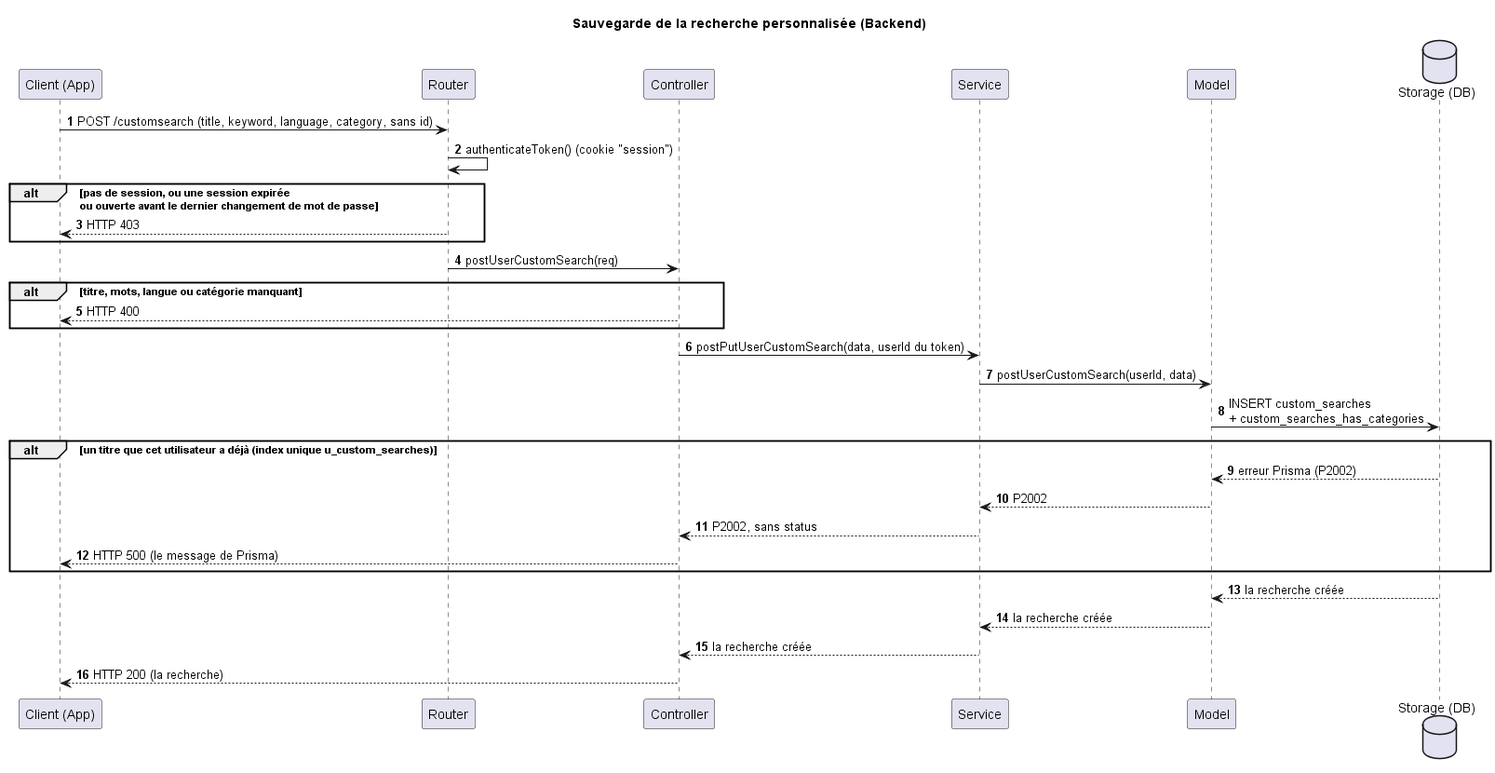
Above: docs/search/saved-searches/search-history-save-diagram.png in TPI2026-NewsGenerator/NewsGenerator-Backend (PlantUML), before the change. Its diagram source:
```plantuml
@startuml
title Sauvegarde de la recherche personnalisée (Backend)
autonumber

participant "Client (App)" as Client
participant "Router" as Router
participant "Controller" as Controller
participant "Service" as Service
participant "Model" as Model
database "Storage (DB)" as Storage

Client -> Router : POST /customsearch (title, keyword, language, category, sans id)
Router -> Router : authenticateToken() (cookie "session")
alt pas de session, ou une session expirée\nou ouverte avant le dernier changement de mot de passe
    Router --> Client : HTTP 403
end
Router -> Controller : postUserCustomSearch(req)
alt titre, mots, langue ou catégorie manquant
    Controller --> Client : HTTP 400
end
Controller -> Service : postPutUserCustomSearch(data, userId du token)
Service -> Model : postUserCustomSearch(userId, data)
Model -> Storage : INSERT custom_searches\n+ custom_searches_has_categories
alt un titre que cet utilisateur a déjà (index unique u_custom_searches)
    Storage --> Model : erreur Prisma (P2002)
    Model --> Service : P2002
    Service --> Controller : P2002, sans status
    Controller --> Client : HTTP 500 (le message de Prisma)
end
Storage --> Model : la recherche créée
Model --> Service : la recherche créée
Service --> Controller : la recherche créée
Controller --> Client : HTTP 200 (la recherche)

@enduml
```
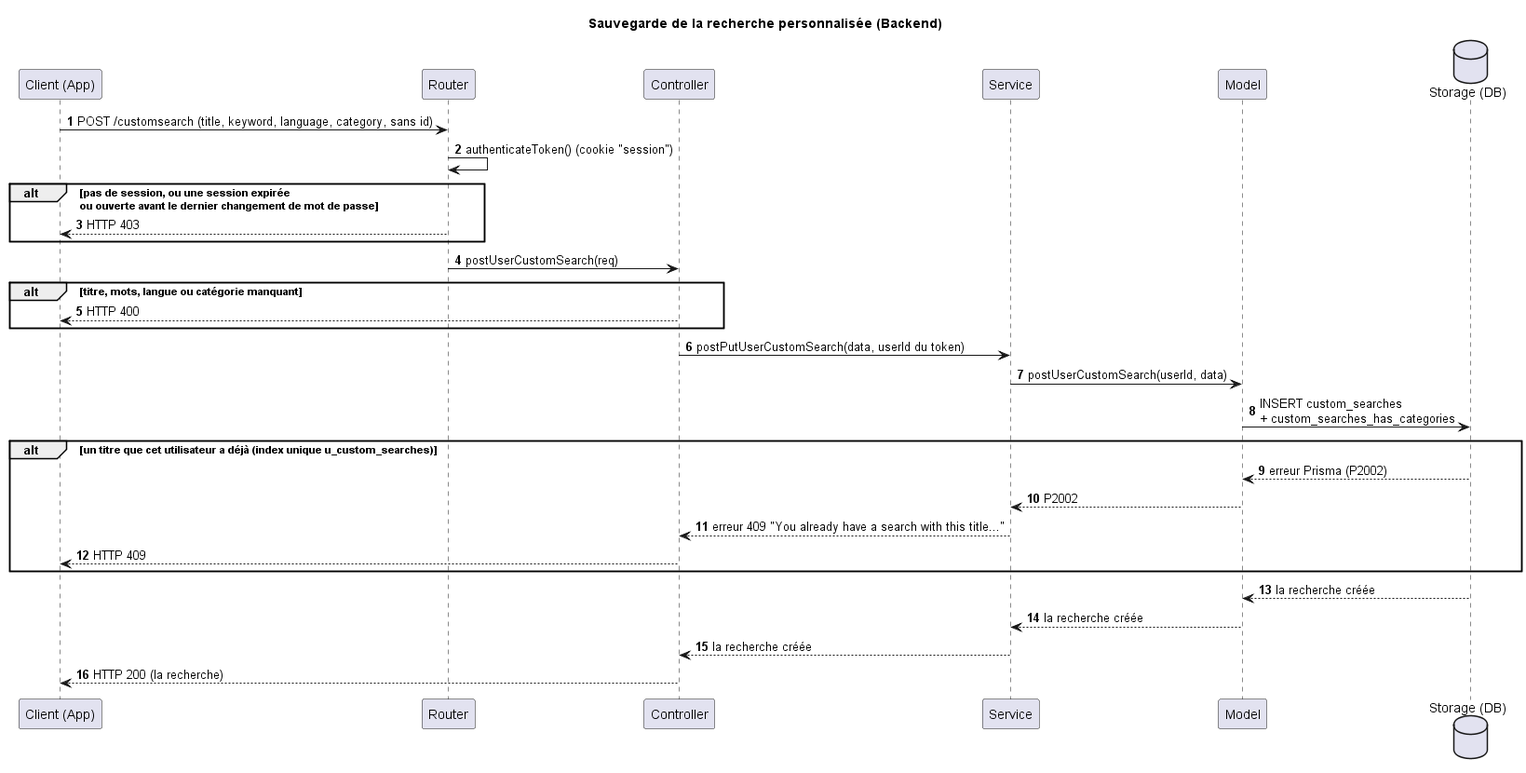
After the commit.

Diff of the diagram source:
```diff
@@ -24,8 +24,8 @@
 alt un titre que cet utilisateur a déjà (index unique u_custom_searches)
     Storage --> Model : erreur Prisma (P2002)
     Model --> Service : P2002
-    Service --> Controller : P2002, sans status
-    Controller --> Client : HTTP 500 (le message de Prisma)
+    Service --> Controller : erreur 409 "You already have a search with this title..."
+    Controller --> Client : HTTP 409
 end
 Storage --> Model : la recherche créée
 Model --> Service : la recherche créée
```
